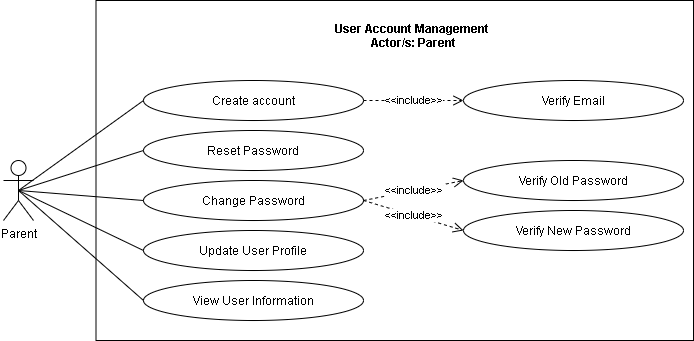
The draw.io diagram REVISIONS/UML-DIAGRAMS/6-28-2021/USE CASE/3-User Management System.png in mrklglsn/CAPSTONE-FILES, before a commit. Source tidied: cells renumbered, new cells last; positions are measured from the earlier drawing's top-left corner, leaving out a move shared by most shapes.
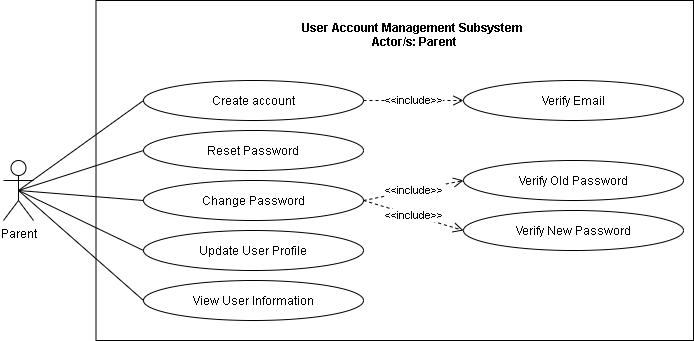
Later version of the same file.

What changed in the source:
```diff
@@ -20,8 +20,8 @@
     <mxCell id="7" value="Parent" style="shape=umlActor;verticalLabelPosition=bottom;verticalAlign=top;html=1;fillColor=none;" parent="1" vertex="1">
       <mxGeometry y="160" width="30" height="60" as="geometry" />
     </mxCell>
-    <mxCell id="8" value="User Account Management &#10;Actor/s: Parent" style="text;align=center;fontStyle=1;verticalAlign=middle;spacingLeft=3;spacingRight=3;strokeColor=none;fillColor=none;" parent="1" vertex="1">
-      <mxGeometry x="250" y="20" width="320" height="30" as="geometry" />
+    <mxCell id="8" value="User Account Management Subsystem &#10;Actor/s: Parent" style="text;align=center;fontStyle=1;verticalAlign=middle;spacingLeft=3;spacingRight=3;strokeColor=none;fillColor=none;" parent="1" vertex="1">
+      <mxGeometry x="251" y="19" width="320" height="30" as="geometry" />
     </mxCell>
     <mxCell id="9" value="Reset Password" style="ellipse;whiteSpace=wrap;html=1;fillColor=none;" parent="1" vertex="1">
       <mxGeometry x="140" y="130" width="220" height="40" as="geometry" />
```
